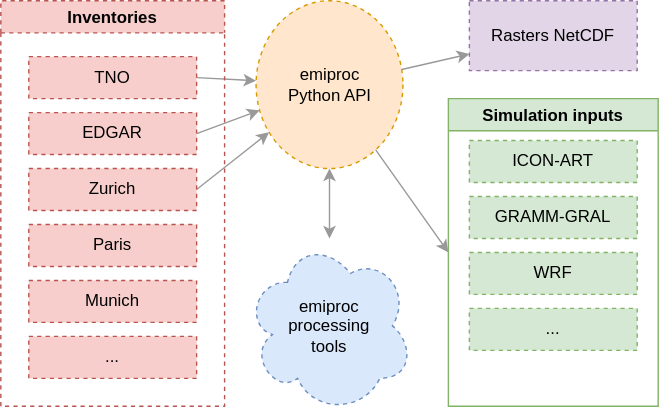
Before: docs/source/diagrams/pipeline.drawio.svg, a diagram exported from draw.io (C2SM-RCM/emiproc). Source tidied: cells renumbered, new cells last; positions are measured from the earlier drawing's top-left corner, leaving out a move shared by most shapes.
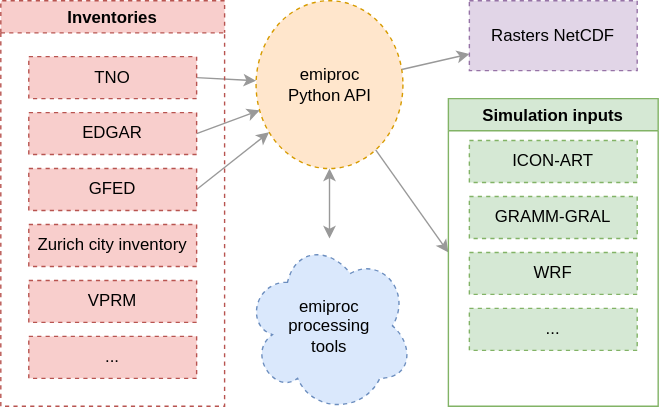
The same diagram one commit later.

What changed in the source:
```diff
@@ -32,13 +32,13 @@
     <mxCell id="11" value="TNO" style="rounded=0;whiteSpace=wrap;html=1;dashed=1;fillColor=#f8cecc;strokeColor=#b85450;" parent="8" vertex="1">
       <mxGeometry x="20" y="40" width="120" height="30" as="geometry" />
     </mxCell>
-    <mxCell id="12" value="Zurich" style="rounded=0;whiteSpace=wrap;html=1;dashed=1;fillColor=#f8cecc;strokeColor=#b85450;" parent="8" vertex="1">
+    <mxCell id="12" value="GFED" style="rounded=0;whiteSpace=wrap;html=1;dashed=1;fillColor=#f8cecc;strokeColor=#b85450;" parent="8" vertex="1">
       <mxGeometry x="20" y="120" width="120" height="30" as="geometry" />
     </mxCell>
-    <mxCell id="13" value="Paris" style="rounded=0;whiteSpace=wrap;html=1;dashed=1;fillColor=#f8cecc;strokeColor=#b85450;" parent="8" vertex="1">
+    <mxCell id="13" value="Zurich city inventory" style="rounded=0;whiteSpace=wrap;html=1;dashed=1;fillColor=#f8cecc;strokeColor=#b85450;" parent="8" vertex="1">
       <mxGeometry x="20" y="160" width="120" height="30" as="geometry" />
     </mxCell>
-    <mxCell id="14" value="Munich" style="rounded=0;whiteSpace=wrap;html=1;dashed=1;fillColor=#f8cecc;strokeColor=#b85450;" parent="8" vertex="1">
+    <mxCell id="14" value="VPRM" style="rounded=0;whiteSpace=wrap;html=1;dashed=1;fillColor=#f8cecc;strokeColor=#b85450;" parent="8" vertex="1">
       <mxGeometry x="20" y="200" width="120" height="30" as="geometry" />
     </mxCell>
     <mxCell id="15" value="Simulation inputs" style="swimlane;fillColor=#d5e8d4;strokeColor=#82b366;" parent="1" vertex="1">
```
